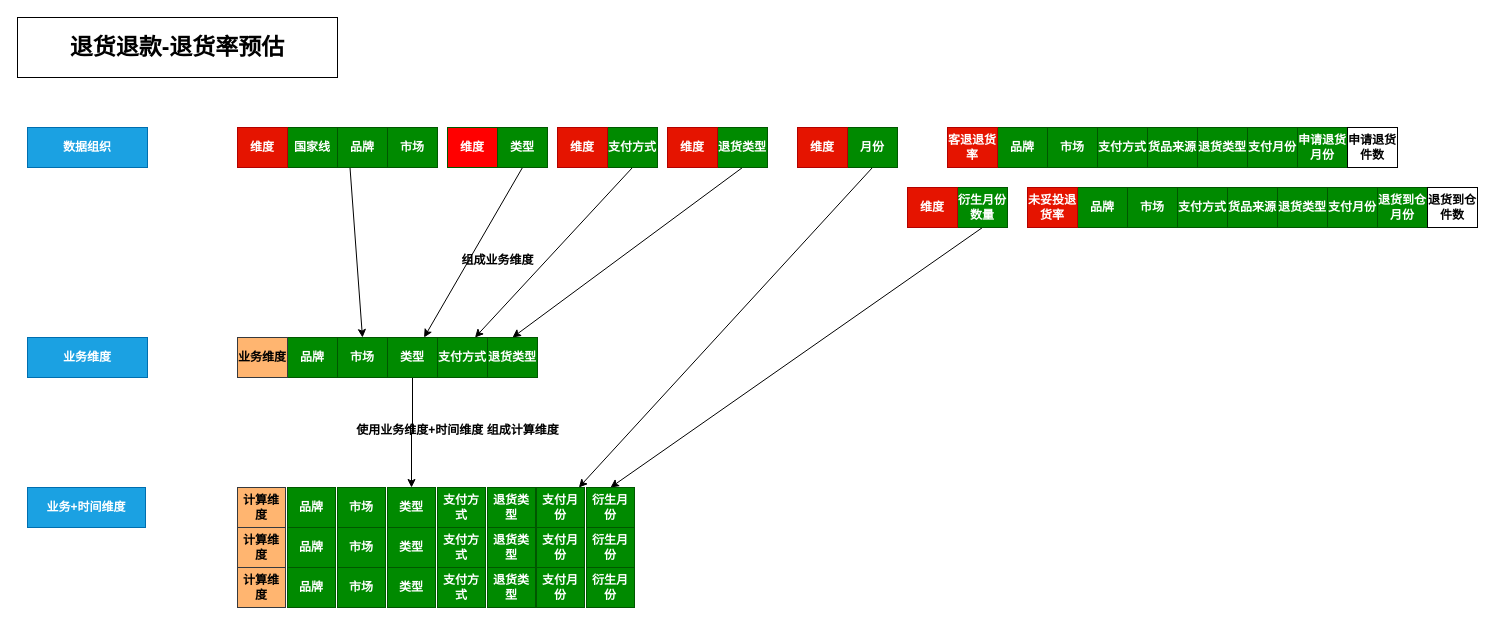
Earlier version of the draw.io diagram shein/退货退款项目.drawio (Msimplehub/abbysun). Source tidied: cells renumbered, new cells numbered last; positions are measured from the earlier drawing's top-left corner, leaving out a move shared by most shapes. Both pictures are drawn from the tidied source at 100%, with x=0, y=0 at pixel (17, 17).
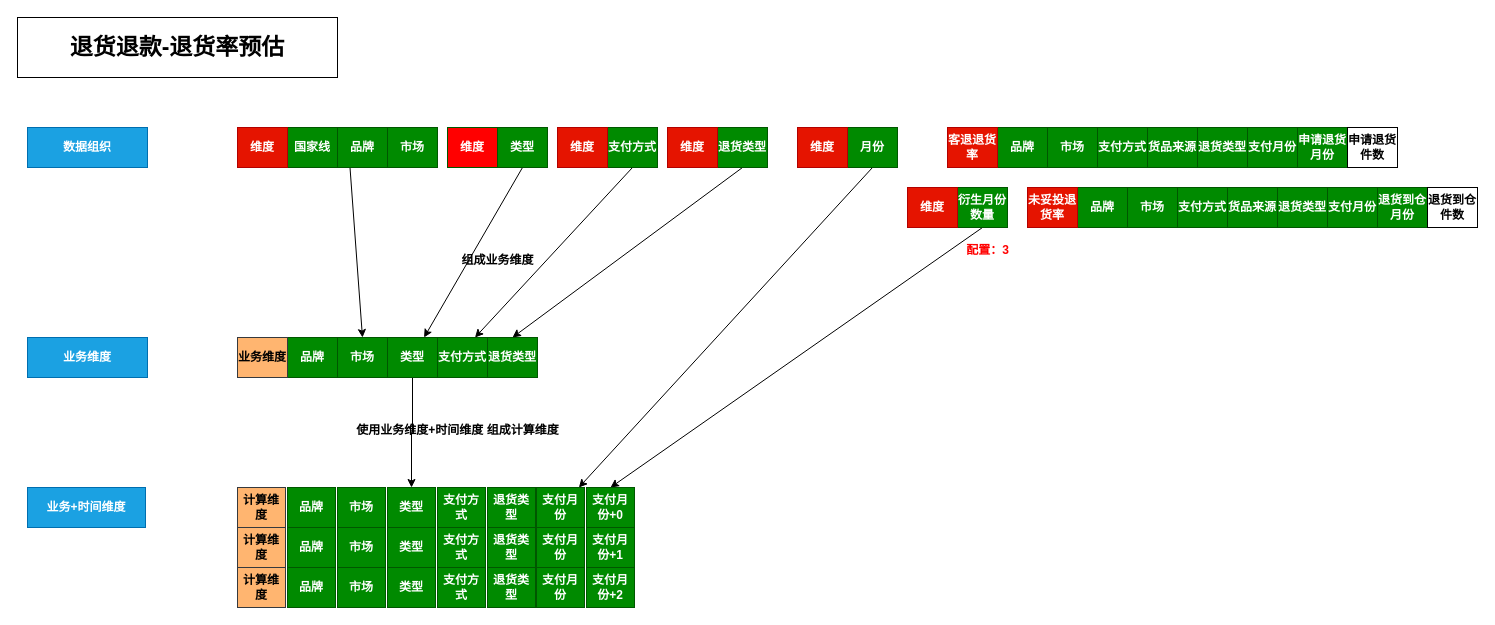
The same page after the edit.

Commit message (it also covers changes not shown here):
更新退货退款项目.drawio

Change to the diagram source:
```diff
@@
-    <mxCell id="60" value="衍生月份" style="rounded=0;whiteSpace=wrap;html=1;fillColor=#008a00;fontColor=#ffffff;strokeColor=#005700;fontStyle=1;" parent="1" vertex="1">
+    <mxCell id="60" value="支付月份+0" style="rounded=0;whiteSpace=wrap;html=1;fillColor=#008a00;fontColor=#ffffff;strokeColor=#005700;fontStyle=1;" parent="1" vertex="1">
       <mxGeometry x="569" y="470" width="48" height="40" as="geometry" />
     </mxCell>
@@
-    <mxCell id="68" value="衍生月份" style="rounded=0;whiteSpace=wrap;html=1;fillColor=#008a00;fontColor=#ffffff;strokeColor=#005700;fontStyle=1;" parent="1" vertex="1">
+    <mxCell id="68" value="支付月份+1" style="rounded=0;whiteSpace=wrap;html=1;fillColor=#008a00;fontColor=#ffffff;strokeColor=#005700;fontStyle=1;" parent="1" vertex="1">
       <mxGeometry x="569" y="510" width="48" height="40" as="geometry" />
     </mxCell>
@@
-    <mxCell id="76" value="衍生月份" style="rounded=0;whiteSpace=wrap;html=1;fillColor=#008a00;fontColor=#ffffff;strokeColor=#005700;fontStyle=1;" parent="1" vertex="1">
+    <mxCell id="76" value="支付月份+2" style="rounded=0;whiteSpace=wrap;html=1;fillColor=#008a00;fontColor=#ffffff;strokeColor=#005700;fontStyle=1;" parent="1" vertex="1">
       <mxGeometry x="569" y="550" width="48" height="40" as="geometry" />
     </mxCell>
+    <mxCell id="77" value="&lt;b&gt;&lt;font color=&quot;#ff0000&quot;&gt;配置：3&lt;/font&gt;&lt;/b&gt;" style="text;html=1;align=center;verticalAlign=middle;strokeColor=none;fillColor=none;" parent="1" vertex="1">
+      <mxGeometry x="935" y="218" width="70" height="30" as="geometry" />
+    </mxCell>
```
